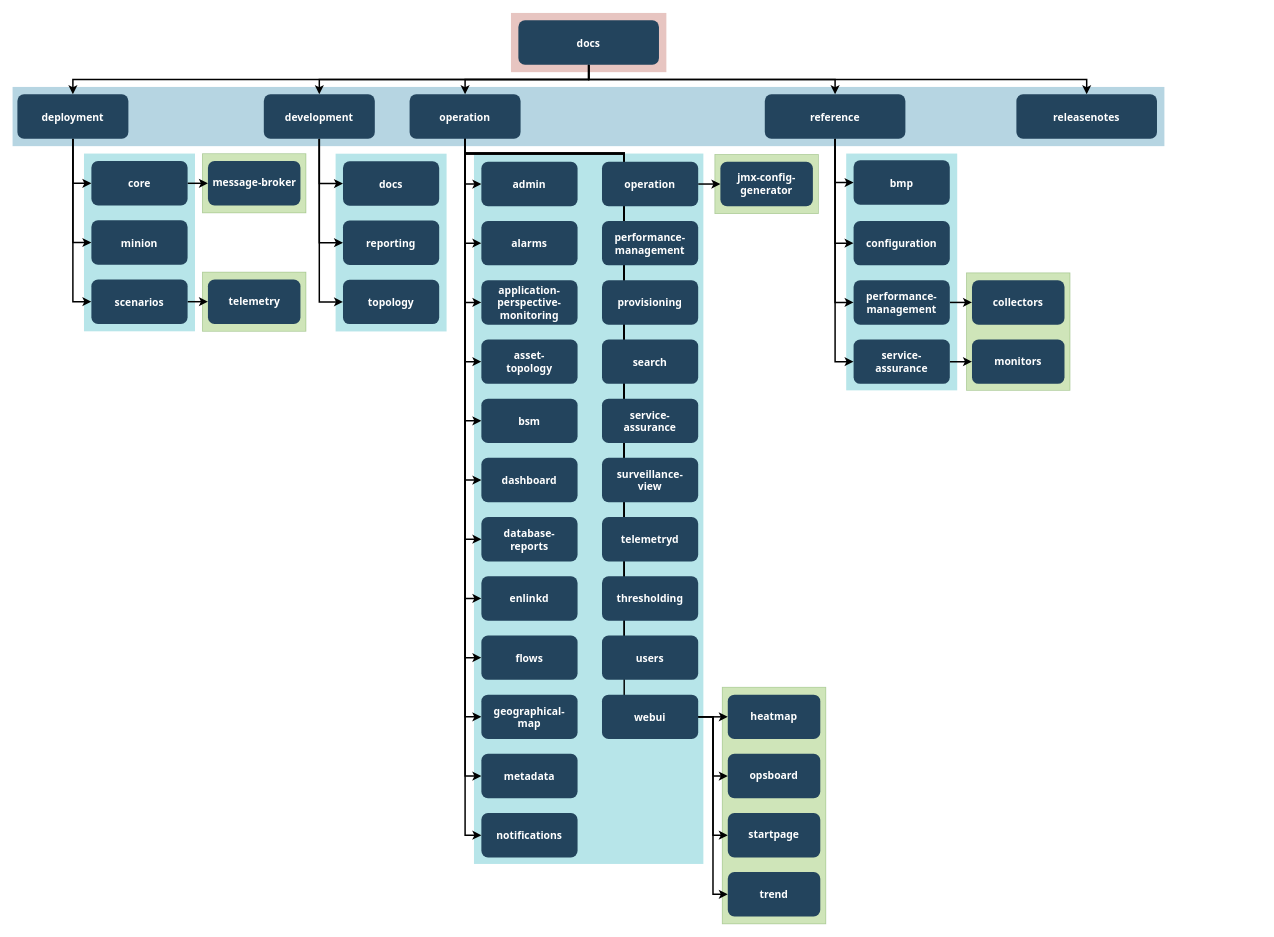
This is docs/modules/write-the-docs/images/opennms-imagehierarchy.drawio from OpenNMS/opennms, a draw.io file, before an edit. Source tidied: cells renumbered, new cells numbered last; positions are measured from the earlier drawing's top-left corner, leaving out a move shared by most shapes. Both pictures are drawn from the tidied source at 74%, with x=0, y=0 at pixel (13, 13).
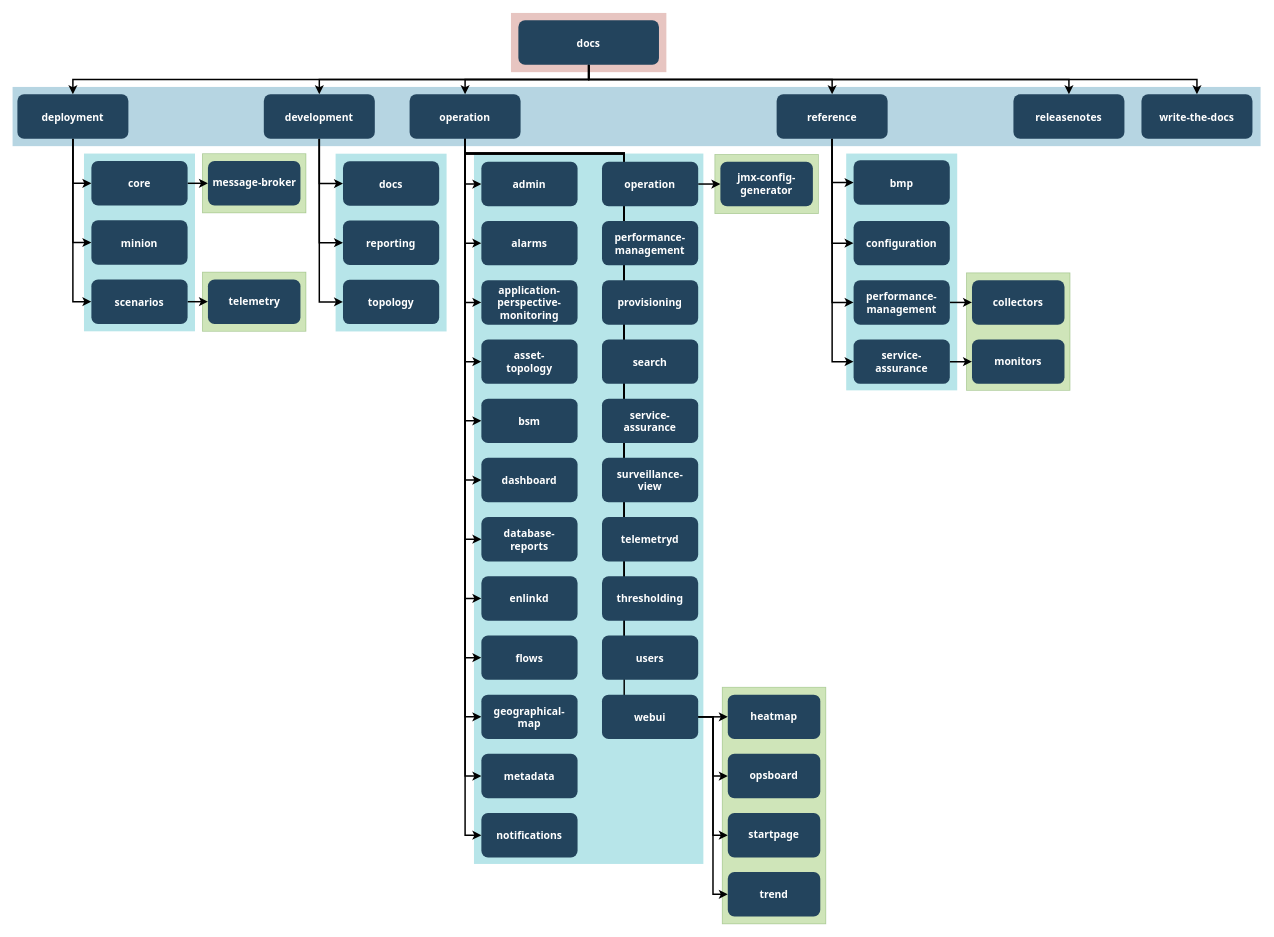
The same page after the edit.

Commit message (it also covers changes not shown here):
NMS-14654: Update hierarchy diagram

- Add /write-the-docs to image hierarchy diagram.

Unchanged cells that the change refers to:
```xml
<mxCell id="18" value="docs" style="rounded=1;fillColor=#23445D;gradientColor=none;strokeColor=none;fontColor=#FFFFFF;fontStyle=1;fontFamily=Tahoma;fontSize=14;" parent="1" vertex="1">
  <mxGeometry x="683" y="10" width="190" height="60" as="geometry" />
</mxCell>
```

What changed in the source:
```diff
@@
     <mxCell id="12" style="fillColor=#10739E;strokeColor=none;opacity=30;" parent="1" vertex="1">
-      <mxGeometry x="-0.5" y="100" width="1556.5" height="80" as="geometry" />
+      <mxGeometry x="-0.5" y="100" width="1686.5" height="80" as="geometry" />
     </mxCell>
@@
+    <mxCell id="107" style="edgeStyle=orthogonalEdgeStyle;rounded=0;jettySize=auto;html=1;exitX=0.5;exitY=1;exitDx=0;exitDy=0;entryX=0.5;entryY=0;entryDx=0;entryDy=0;strokeWidth=2;" parent="1" edge="1" source="18" target="108">
+      <mxGeometry relative="1" as="geometry" />
+    </mxCell>
@@
     <mxCell id="23" value="reference" style="rounded=1;fillColor=#23445D;gradientColor=none;strokeColor=none;fontColor=#FFFFFF;fontStyle=1;fontFamily=Tahoma;fontSize=14;" parent="1" vertex="1">
-      <mxGeometry x="1016" y="110" width="190" height="60" as="geometry" />
+      <mxGeometry x="1032" y="110" width="150" height="60" as="geometry" />
     </mxCell>
@@
     <mxCell id="60" value="releasenotes" style="rounded=1;fillColor=#23445D;gradientColor=none;strokeColor=none;fontColor=#FFFFFF;fontStyle=1;fontFamily=Tahoma;fontSize=14;" parent="1" vertex="1">
-      <mxGeometry x="1356" y="110" width="190" height="60" as="geometry" />
+      <mxGeometry x="1352" y="110" width="150" height="60" as="geometry" />
     </mxCell>
@@
+    <mxCell id="108" value="write-the-docs" style="rounded=1;fillColor=#23445D;gradientColor=none;strokeColor=none;fontColor=#FFFFFF;fontStyle=1;fontFamily=Tahoma;fontSize=14;" parent="1" vertex="1">
+      <mxGeometry x="1525" y="110" width="150" height="60" as="geometry" />
+    </mxCell>
```
